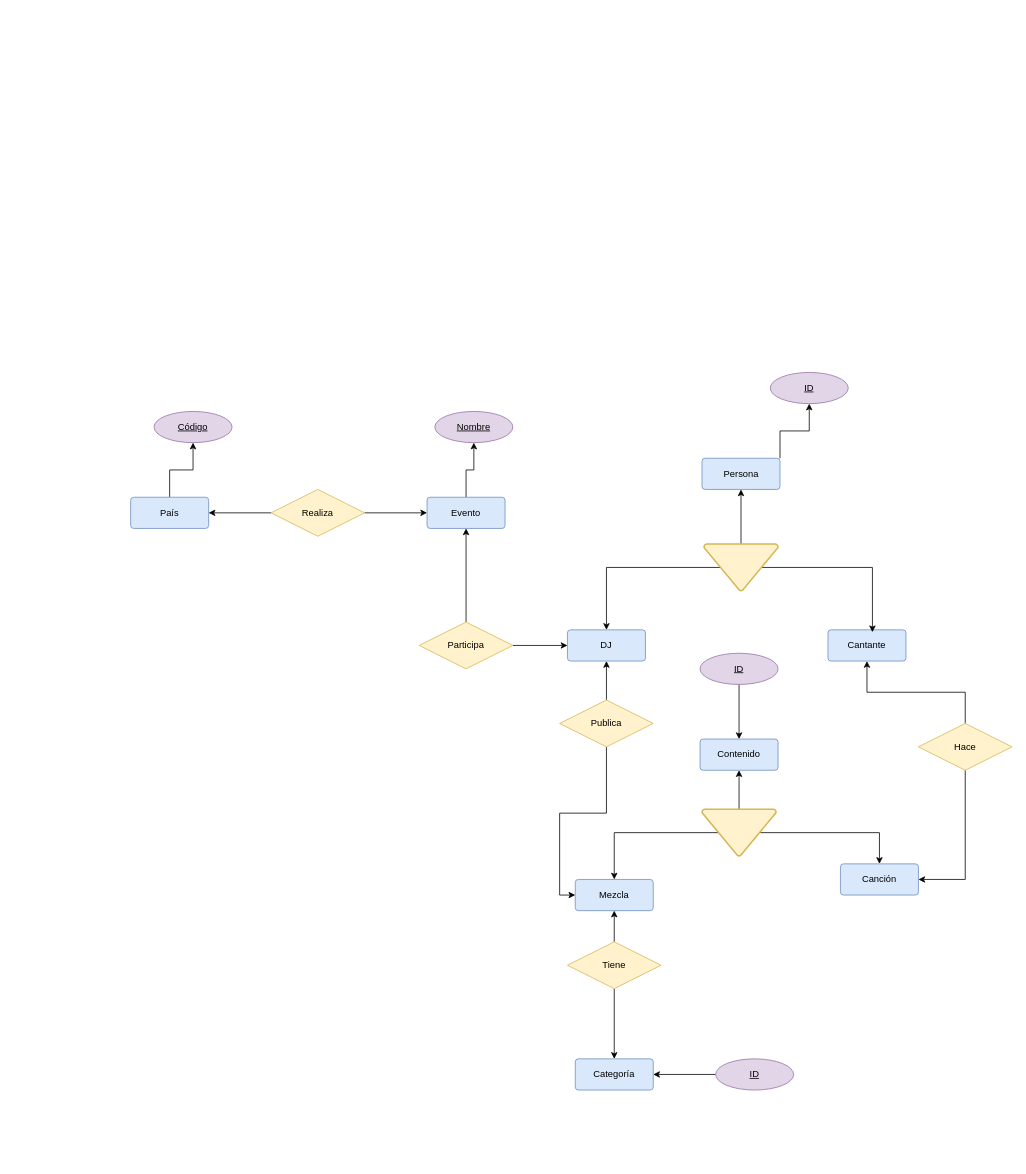
This is page "Página-3" (3 of 3) of modelo_entidad_relación.drawio from samugd17/proyecto_bae, a draw.io file, before an edit. Source tidied: cells renumbered, new cells numbered last; positions are measured from the earlier drawing's top-left corner, leaving out a move shared by most shapes. Both pictures are drawn from the tidied source at 78%, with x=0, y=0 at pixel (130, 372).
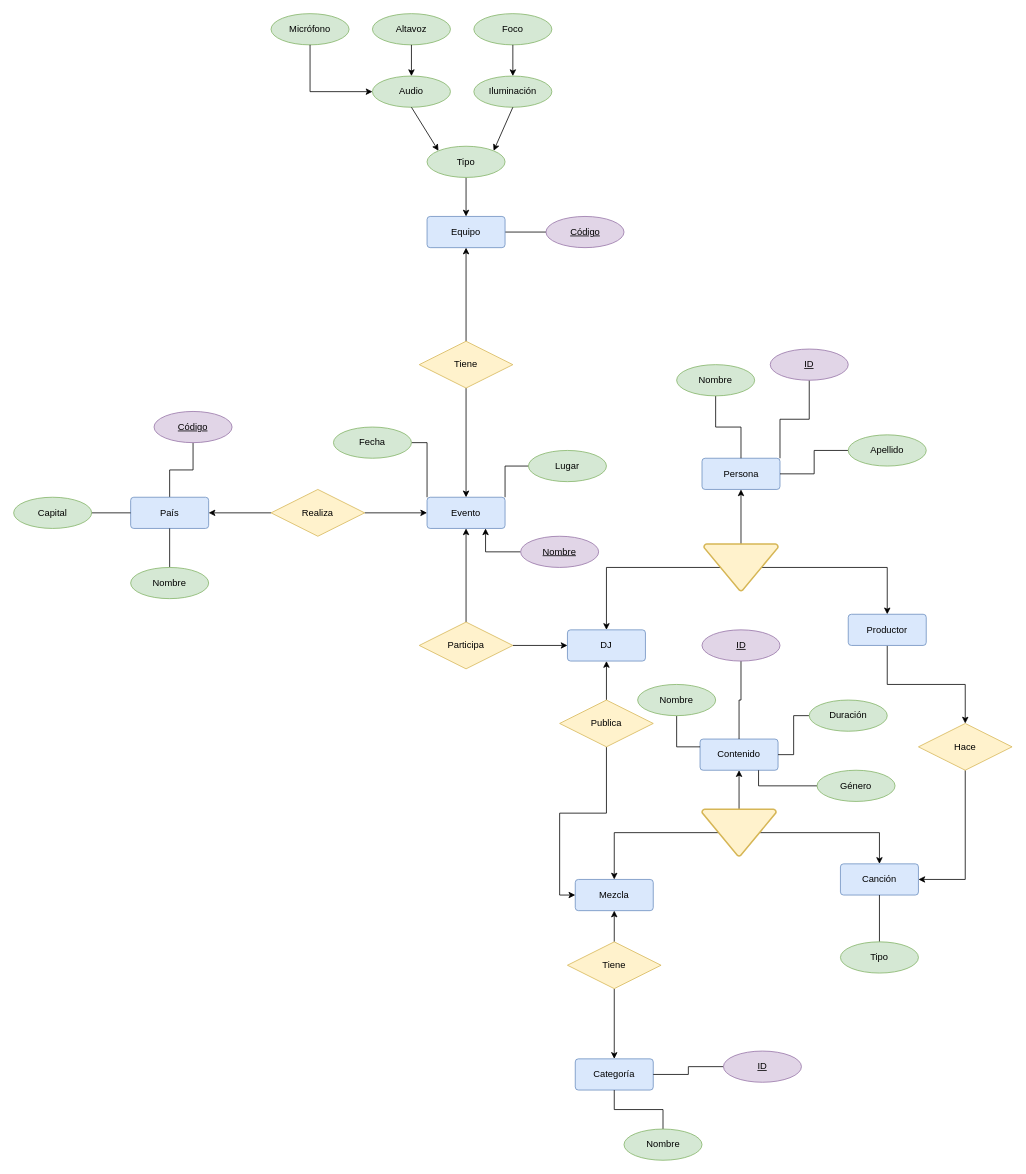
The same diagram, later.

The change refers to these unchanged cells:
```xml
<mxCell id="3" value="Persona" style="rounded=1;arcSize=10;whiteSpace=wrap;html=1;align=center;fillColor=#dae8fc;strokeColor=#6c8ebf;" parent="1" vertex="1">
  <mxGeometry x="732.5" y="110" width="100" height="40" as="geometry" />
</mxCell>
<mxCell id="6" value="Contenido" style="rounded=1;arcSize=10;whiteSpace=wrap;html=1;align=center;fillColor=#dae8fc;strokeColor=#6c8ebf;" parent="1" vertex="1">
  <mxGeometry x="730" y="470" width="100" height="40" as="geometry" />
</mxCell>
<mxCell id="8" value="Canción" style="rounded=1;arcSize=10;whiteSpace=wrap;html=1;align=center;fillColor=#dae8fc;strokeColor=#6c8ebf;" parent="1" vertex="1">
  <mxGeometry x="910" y="630" width="100" height="40" as="geometry" />
</mxCell>
<mxCell id="9" value="Categoría" style="rounded=1;arcSize=10;whiteSpace=wrap;html=1;align=center;fillColor=#dae8fc;strokeColor=#6c8ebf;" parent="1" vertex="1">
  <mxGeometry x="570" y="880" width="100" height="40" as="geometry" />
</mxCell>
<mxCell id="13" style="strokeWidth=2;html=1;shape=mxgraph.flowchart.extract_or_measurement;whiteSpace=wrap;rotation=-180;fillColor=#fff2cc;strokeColor=#d6b656;" parent="1" vertex="1">
  <mxGeometry x="735" y="220" width="95" height="60" as="geometry" />
</mxCell>
<mxCell id="23" value="Hace" style="shape=rhombus;perimeter=rhombusPerimeter;whiteSpace=wrap;html=1;align=center;fillColor=#fff2cc;strokeColor=#d6b656;" parent="1" vertex="1">
  <mxGeometry x="1010" y="450" width="120" height="60" as="geometry" />
</mxCell>
<mxCell id="31" value="Evento" style="rounded=1;arcSize=10;whiteSpace=wrap;html=1;align=center;fillColor=#dae8fc;strokeColor=#6c8ebf;" parent="1" vertex="1">
  <mxGeometry x="380" y="160" width="100" height="40" as="geometry" />
</mxCell>
<mxCell id="33" value="País" style="rounded=1;arcSize=10;whiteSpace=wrap;html=1;align=center;fillColor=#dae8fc;strokeColor=#6c8ebf;" parent="1" vertex="1">
  <mxGeometry y="160" width="100" height="40" as="geometry" />
</mxCell>
<mxCell id="39" value="Código" style="ellipse;whiteSpace=wrap;html=1;align=center;fontStyle=4;fillColor=#e1d5e7;strokeColor=#9673a6;" parent="1" vertex="1">
  <mxGeometry x="30" y="50" width="100" height="40" as="geometry" />
</mxCell>
```

The edit, as a diff of the source:
```diff
@@
-    <mxCell id="2" style="edgeStyle=orthogonalEdgeStyle;rounded=0;jettySize=auto;html=1;exitX=1;exitY=0;exitDx=0;exitDy=0;entryX=0.5;entryY=1;entryDx=0;entryDy=0;" parent="1" edge="1" source="3" target="43">
-      <mxGeometry relative="1" as="geometry" />
-    </mxCell>
@@
-    <mxCell id="4" value="Cantante" style="rounded=1;arcSize=10;whiteSpace=wrap;html=1;align=center;fillColor=#dae8fc;strokeColor=#6c8ebf;" parent="1" vertex="1">
-      <mxGeometry x="894" y="330" width="100" height="40" as="geometry" />
-    </mxCell>
@@
-    <mxCell id="11" style="edgeStyle=orthogonalEdgeStyle;rounded=0;jettySize=auto;html=1;entryX=0.57;entryY=0.075;entryDx=0;entryDy=0;entryPerimeter=0;exitX=0.22;exitY=0.5;exitDx=0;exitDy=0;exitPerimeter=0;" parent="1" edge="1" source="13" target="4">
-      <mxGeometry relative="1" as="geometry" />
-    </mxCell>
@@
+    <mxCell id="44" style="edgeStyle=orthogonalEdgeStyle;rounded=0;jettySize=auto;html=1;entryX=0.5;entryY=0;entryDx=0;entryDy=0;exitX=0.22;exitY=0.5;exitDx=0;exitDy=0;exitPerimeter=0;" parent="1" edge="1" source="13" target="72">
+      <mxGeometry relative="1" as="geometry" />
+    </mxCell>
@@
-    <mxCell id="21" style="edgeStyle=orthogonalEdgeStyle;rounded=0;jettySize=auto;html=1;entryX=0.5;entryY=1;entryDx=0;entryDy=0;exitX=0.5;exitY=0;exitDx=0;exitDy=0;" parent="1" edge="1" source="23" target="4">
-      <mxGeometry relative="1" as="geometry" />
-    </mxCell>
@@
-    <mxCell id="30" style="edgeStyle=orthogonalEdgeStyle;rounded=0;jettySize=auto;html=1;" parent="1" edge="1" source="31" target="40">
-      <mxGeometry relative="1" as="geometry" />
-    </mxCell>
@@
-    <mxCell id="32" style="edgeStyle=orthogonalEdgeStyle;rounded=0;jettySize=auto;html=1;" parent="1" edge="1" source="33" target="39">
+    <mxCell id="32" style="edgeStyle=orthogonalEdgeStyle;rounded=0;jettySize=auto;html=1;endArrow=none;endFill=0;" parent="1" edge="1" source="33" target="39">
       <mxGeometry relative="1" as="geometry" />
     </mxCell>
@@
-    <mxCell id="37" style="edgeStyle=orthogonalEdgeStyle;rounded=0;jettySize=auto;html=1;" parent="1" edge="1" source="38" target="9">
+    <mxCell id="37" style="edgeStyle=orthogonalEdgeStyle;rounded=0;jettySize=auto;html=1;endArrow=none;endFill=0;exitX=0;exitY=0.5;exitDx=0;exitDy=0;" parent="1" edge="1" source="68" target="9">
       <mxGeometry relative="1" as="geometry" />
     </mxCell>
-    <mxCell id="38" value="ID" style="ellipse;whiteSpace=wrap;html=1;align=center;fontStyle=4;fillColor=#e1d5e7;strokeColor=#9673a6;" parent="1" vertex="1">
-      <mxGeometry x="750" y="880" width="100" height="40" as="geometry" />
-    </mxCell>
@@
+    <mxCell id="41" style="edgeStyle=orthogonalEdgeStyle;rounded=0;jettySize=auto;html=1;endArrow=none;endFill=0;" parent="1" edge="1" source="67" target="6">
+      <mxGeometry relative="1" as="geometry" />
+    </mxCell>
+    <mxCell id="45" style="edgeStyle=orthogonalEdgeStyle;rounded=0;jettySize=auto;html=1;endArrow=none;endFill=0;" parent="1" edge="1" source="46" target="33">
+      <mxGeometry relative="1" as="geometry" />
+    </mxCell>
+    <mxCell id="46" value="Nombre" style="ellipse;whiteSpace=wrap;html=1;align=center;fillColor=#d5e8d4;strokeColor=#82b366;" parent="1" vertex="1">
+      <mxGeometry y="250" width="100" height="40" as="geometry" />
+    </mxCell>
+    <mxCell id="47" style="edgeStyle=orthogonalEdgeStyle;rounded=0;jettySize=auto;html=1;entryX=0;entryY=0.5;entryDx=0;entryDy=0;endArrow=none;endFill=0;" parent="1" edge="1" source="48" target="33">
+      <mxGeometry relative="1" as="geometry" />
+    </mxCell>
+    <mxCell id="48" value="Capital" style="ellipse;whiteSpace=wrap;html=1;align=center;fillColor=#d5e8d4;strokeColor=#82b366;" parent="1" vertex="1">
+      <mxGeometry x="-150" y="160" width="100" height="40" as="geometry" />
+    </mxCell>
+    <mxCell id="49" style="edgeStyle=orthogonalEdgeStyle;rounded=0;jettySize=auto;html=1;entryX=0;entryY=0;entryDx=0;entryDy=0;endArrow=none;endFill=0;" parent="1" edge="1" source="50" target="31">
+      <mxGeometry relative="1" as="geometry" />
+    </mxCell>
+    <mxCell id="50" value="Fecha" style="ellipse;whiteSpace=wrap;html=1;align=center;fillColor=#d5e8d4;strokeColor=#82b366;" parent="1" vertex="1">
+      <mxGeometry x="260" y="70" width="100" height="40" as="geometry" />
+    </mxCell>
+    <mxCell id="51" style="edgeStyle=orthogonalEdgeStyle;rounded=0;jettySize=auto;html=1;entryX=1;entryY=0;entryDx=0;entryDy=0;endArrow=none;endFill=0;" parent="1" edge="1" source="52" target="31">
+      <mxGeometry relative="1" as="geometry" />
+    </mxCell>
+    <mxCell id="52" value="Lugar" style="ellipse;whiteSpace=wrap;html=1;align=center;fillColor=#d5e8d4;strokeColor=#82b366;" parent="1" vertex="1">
+      <mxGeometry x="510" y="100" width="100" height="40" as="geometry" />
+    </mxCell>
+    <mxCell id="53" style="edgeStyle=orthogonalEdgeStyle;rounded=0;jettySize=auto;html=1;endArrow=none;endFill=0;" parent="1" edge="1" source="54" target="3">
+      <mxGeometry relative="1" as="geometry" />
+    </mxCell>
+    <mxCell id="54" value="Nombre" style="ellipse;whiteSpace=wrap;html=1;align=center;fillColor=#d5e8d4;strokeColor=#82b366;" parent="1" vertex="1">
+      <mxGeometry x="700" y="-10" width="100" height="40" as="geometry" />
+    </mxCell>
+    <mxCell id="55" style="edgeStyle=orthogonalEdgeStyle;rounded=0;jettySize=auto;html=1;entryX=1;entryY=0.5;entryDx=0;entryDy=0;endArrow=none;endFill=0;" parent="1" edge="1" source="56" target="3">
+      <mxGeometry relative="1" as="geometry" />
+    </mxCell>
+    <mxCell id="56" value="Apellido" style="ellipse;whiteSpace=wrap;html=1;align=center;fillColor=#d5e8d4;strokeColor=#82b366;" parent="1" vertex="1">
+      <mxGeometry x="920" y="80" width="100" height="40" as="geometry" />
+    </mxCell>
+    <mxCell id="57" style="edgeStyle=orthogonalEdgeStyle;rounded=0;jettySize=auto;html=1;entryX=0.75;entryY=1;entryDx=0;entryDy=0;endArrow=none;endFill=0;" parent="1" edge="1" source="58" target="6">
+      <mxGeometry relative="1" as="geometry" />
+    </mxCell>
+    <mxCell id="58" value="Género" style="ellipse;whiteSpace=wrap;html=1;align=center;fillColor=#d5e8d4;strokeColor=#82b366;" parent="1" vertex="1">
+      <mxGeometry x="880" y="510" width="100" height="40" as="geometry" />
+    </mxCell>
+    <mxCell id="59" style="edgeStyle=orthogonalEdgeStyle;rounded=0;jettySize=auto;html=1;entryX=0;entryY=0.25;entryDx=0;entryDy=0;endArrow=none;endFill=0;" parent="1" edge="1" source="60" target="6">
+      <mxGeometry relative="1" as="geometry" />
+    </mxCell>
+    <mxCell id="60" value="Nombre" style="ellipse;whiteSpace=wrap;html=1;align=center;fillColor=#d5e8d4;strokeColor=#82b366;" parent="1" vertex="1">
+      <mxGeometry x="650" y="400" width="100" height="40" as="geometry" />
+    </mxCell>
+    <mxCell id="61" style="edgeStyle=orthogonalEdgeStyle;rounded=0;jettySize=auto;html=1;entryX=1;entryY=0.5;entryDx=0;entryDy=0;endArrow=none;endFill=0;" parent="1" edge="1" source="62" target="6">
+      <mxGeometry relative="1" as="geometry" />
+    </mxCell>
+    <mxCell id="62" value="Duración" style="ellipse;whiteSpace=wrap;html=1;align=center;fillColor=#d5e8d4;strokeColor=#82b366;" parent="1" vertex="1">
+      <mxGeometry x="870" y="420" width="100" height="40" as="geometry" />
+    </mxCell>
+    <mxCell id="63" style="edgeStyle=orthogonalEdgeStyle;rounded=0;jettySize=auto;html=1;endArrow=none;endFill=0;" parent="1" edge="1" source="64" target="9">
+      <mxGeometry relative="1" as="geometry" />
+    </mxCell>
+    <mxCell id="64" value="Nombre" style="ellipse;whiteSpace=wrap;html=1;align=center;fillColor=#d5e8d4;strokeColor=#82b366;" parent="1" vertex="1">
+      <mxGeometry x="632.5" y="970" width="100" height="40" as="geometry" />
+    </mxCell>
+    <mxCell id="65" style="edgeStyle=orthogonalEdgeStyle;rounded=0;jettySize=auto;html=1;exitX=1;exitY=0;exitDx=0;exitDy=0;endArrow=none;endFill=0;entryX=0.5;entryY=1;entryDx=0;entryDy=0;" parent="1" edge="1" source="3" target="66">
+      <mxGeometry relative="1" as="geometry" />
+    </mxCell>
+    <mxCell id="66" value="ID" style="ellipse;whiteSpace=wrap;html=1;align=center;fontStyle=4;fillColor=#e1d5e7;strokeColor=#9673a6;" parent="1" vertex="1">
+      <mxGeometry x="820" y="-30" width="100" height="40" as="geometry" />
+    </mxCell>
+    <mxCell id="67" value="ID" style="ellipse;whiteSpace=wrap;html=1;align=center;fontStyle=4;fillColor=#e1d5e7;strokeColor=#9673a6;" parent="1" vertex="1">
+      <mxGeometry x="732.5" y="330" width="100" height="40" as="geometry" />
+    </mxCell>
+    <mxCell id="68" value="ID" style="ellipse;whiteSpace=wrap;html=1;align=center;fontStyle=4;fillColor=#e1d5e7;strokeColor=#9673a6;" parent="1" vertex="1">
+      <mxGeometry x="760" y="870" width="100" height="40" as="geometry" />
+    </mxCell>
+    <mxCell id="69" style="edgeStyle=orthogonalEdgeStyle;rounded=0;jettySize=auto;html=1;entryX=0.5;entryY=1;entryDx=0;entryDy=0;endArrow=none;endFill=0;" parent="1" edge="1" source="70" target="8">
+      <mxGeometry relative="1" as="geometry" />
+    </mxCell>
+    <mxCell id="70" value="Tipo" style="ellipse;whiteSpace=wrap;html=1;align=center;fillColor=#d5e8d4;strokeColor=#82b366;" parent="1" vertex="1">
+      <mxGeometry x="910" y="730" width="100" height="40" as="geometry" />
+    </mxCell>
+    <mxCell id="71" style="edgeStyle=orthogonalEdgeStyle;rounded=0;jettySize=auto;html=1;entryX=0.5;entryY=0;entryDx=0;entryDy=0;" parent="1" edge="1" source="72" target="23">
+      <mxGeometry relative="1" as="geometry" />
+    </mxCell>
+    <mxCell id="72" value="Productor" style="rounded=1;arcSize=10;whiteSpace=wrap;html=1;align=center;fillColor=#dae8fc;strokeColor=#6c8ebf;" parent="1" vertex="1">
+      <mxGeometry x="920" y="310" width="100" height="40" as="geometry" />
+    </mxCell>
+    <mxCell id="73" style="edgeStyle=orthogonalEdgeStyle;rounded=0;jettySize=auto;html=1;entryX=0.75;entryY=1;entryDx=0;entryDy=0;" parent="1" edge="1" source="40" target="31">
+      <mxGeometry relative="1" as="geometry" />
+    </mxCell>
     <mxCell id="40" value="Nombre" style="ellipse;whiteSpace=wrap;html=1;align=center;fontStyle=4;fillColor=#e1d5e7;strokeColor=#9673a6;" parent="1" vertex="1">
-      <mxGeometry x="390" y="50" width="100" height="40" as="geometry" />
+      <mxGeometry x="500" y="210" width="100" height="40" as="geometry" />
     </mxCell>
-    <mxCell id="41" style="edgeStyle=orthogonalEdgeStyle;rounded=0;jettySize=auto;html=1;" parent="1" edge="1" source="42" target="6">
-      <mxGeometry relative="1" as="geometry" />
-    </mxCell>
-    <mxCell id="42" value="ID" style="ellipse;whiteSpace=wrap;html=1;align=center;fontStyle=4;fillColor=#e1d5e7;strokeColor=#9673a6;" parent="1" vertex="1">
-      <mxGeometry x="730" y="360" width="100" height="40" as="geometry" />
-    </mxCell>
-    <mxCell id="43" value="ID" style="ellipse;whiteSpace=wrap;html=1;align=center;fontStyle=4;fillColor=#e1d5e7;strokeColor=#9673a6;" parent="1" vertex="1">
-      <mxGeometry x="820" width="100" height="40" as="geometry" />
-    </mxCell>
+    <mxCell id="74" style="edgeStyle=orthogonalEdgeStyle;rounded=0;jettySize=auto;html=1;exitX=0.5;exitY=1;exitDx=0;exitDy=0;entryX=0.5;entryY=0;entryDx=0;entryDy=0;" parent="1" edge="1" source="76" target="31">
+      <mxGeometry relative="1" as="geometry" />
+    </mxCell>
+    <mxCell id="75" style="edgeStyle=orthogonalEdgeStyle;rounded=0;jettySize=auto;html=1;" parent="1" edge="1" source="76" target="78">
+      <mxGeometry relative="1" as="geometry" />
+    </mxCell>
+    <mxCell id="76" value="Tiene" style="shape=rhombus;perimeter=rhombusPerimeter;whiteSpace=wrap;html=1;align=center;fillColor=#fff2cc;strokeColor=#d6b656;" parent="1" vertex="1">
+      <mxGeometry x="370" y="-40" width="120" height="60" as="geometry" />
+    </mxCell>
+    <mxCell id="77" style="edgeStyle=orthogonalEdgeStyle;rounded=0;jettySize=auto;html=1;entryX=0;entryY=0.5;entryDx=0;entryDy=0;endArrow=none;endFill=0;" parent="1" edge="1" source="78" target="79">
+      <mxGeometry relative="1" as="geometry" />
+    </mxCell>
+    <mxCell id="78" value="Equipo" style="rounded=1;arcSize=10;whiteSpace=wrap;html=1;align=center;fillColor=#dae8fc;strokeColor=#6c8ebf;" parent="1" vertex="1">
+      <mxGeometry x="380" y="-200" width="100" height="40" as="geometry" />
+    </mxCell>
+    <mxCell id="79" value="Código" style="ellipse;whiteSpace=wrap;html=1;align=center;fontStyle=4;fillColor=#e1d5e7;strokeColor=#9673a6;" parent="1" vertex="1">
+      <mxGeometry x="532.5" y="-200" width="100" height="40" as="geometry" />
+    </mxCell>
+    <mxCell id="80" style="edgeStyle=orthogonalEdgeStyle;rounded=0;jettySize=auto;html=1;entryX=0.5;entryY=0;entryDx=0;entryDy=0;" parent="1" edge="1" source="81" target="78">
+      <mxGeometry relative="1" as="geometry" />
+    </mxCell>
+    <mxCell id="81" value="Tipo" style="ellipse;whiteSpace=wrap;html=1;align=center;fillColor=#d5e8d4;strokeColor=#82b366;" parent="1" vertex="1">
+      <mxGeometry x="380" y="-290" width="100" height="40" as="geometry" />
+    </mxCell>
+    <mxCell id="82" value="Iluminación" style="ellipse;whiteSpace=wrap;html=1;align=center;fillColor=#d5e8d4;strokeColor=#82b366;" parent="1" vertex="1">
+      <mxGeometry x="440" y="-380" width="100" height="40" as="geometry" />
+    </mxCell>
+    <mxCell id="83" value="Audio" style="ellipse;whiteSpace=wrap;html=1;align=center;fillColor=#d5e8d4;strokeColor=#82b366;" parent="1" vertex="1">
+      <mxGeometry x="310" y="-380" width="100" height="40" as="geometry" />
+    </mxCell>
+    <mxCell id="84" value="Foco" style="ellipse;whiteSpace=wrap;html=1;align=center;fillColor=#d5e8d4;strokeColor=#82b366;" parent="1" vertex="1">
+      <mxGeometry x="440" y="-460" width="100" height="40" as="geometry" />
+    </mxCell>
+    <mxCell id="85" value="Altavoz" style="ellipse;whiteSpace=wrap;html=1;align=center;fillColor=#d5e8d4;strokeColor=#82b366;" parent="1" vertex="1">
+      <mxGeometry x="310" y="-460" width="100" height="40" as="geometry" />
+    </mxCell>
+    <mxCell id="86" value="Micrófono" style="ellipse;whiteSpace=wrap;html=1;align=center;fillColor=#d5e8d4;strokeColor=#82b366;" parent="1" vertex="1">
+      <mxGeometry x="180" y="-460" width="100" height="40" as="geometry" />
+    </mxCell>
+    <mxCell id="87" style="endArrow=classic;html=1;rounded=0;exitX=0.5;exitY=1;exitDx=0;exitDy=0;entryX=0;entryY=0.5;entryDx=0;entryDy=0;" parent="1" edge="1" source="86" target="83">
+      <mxGeometry relative="1" as="geometry">
+        <Array as="points">
+          <mxPoint x="230" y="-360" />
+        </Array>
+      </mxGeometry>
+    </mxCell>
+    <mxCell id="88" style="endArrow=classic;html=1;rounded=0;exitX=0.5;exitY=1;exitDx=0;exitDy=0;entryX=0.5;entryY=0;entryDx=0;entryDy=0;" parent="1" edge="1" source="85" target="83">
+      <mxGeometry relative="1" as="geometry" />
+    </mxCell>
+    <mxCell id="89" style="endArrow=classic;html=1;rounded=0;exitX=0.5;exitY=1;exitDx=0;exitDy=0;entryX=1;entryY=0;entryDx=0;entryDy=0;" parent="1" edge="1" source="82" target="81">
+      <mxGeometry relative="1" as="geometry" />
+    </mxCell>
+    <mxCell id="90" style="endArrow=classic;html=1;rounded=0;exitX=0.5;exitY=1;exitDx=0;exitDy=0;entryX=0.5;entryY=0;entryDx=0;entryDy=0;" parent="1" edge="1" source="84" target="82">
+      <mxGeometry relative="1" as="geometry" />
+    </mxCell>
+    <mxCell id="91" style="endArrow=classic;html=1;rounded=0;exitX=0.5;exitY=1;exitDx=0;exitDy=0;entryX=0;entryY=0;entryDx=0;entryDy=0;" parent="1" edge="1" source="83" target="81">
+      <mxGeometry relative="1" as="geometry" />
+    </mxCell>
```
